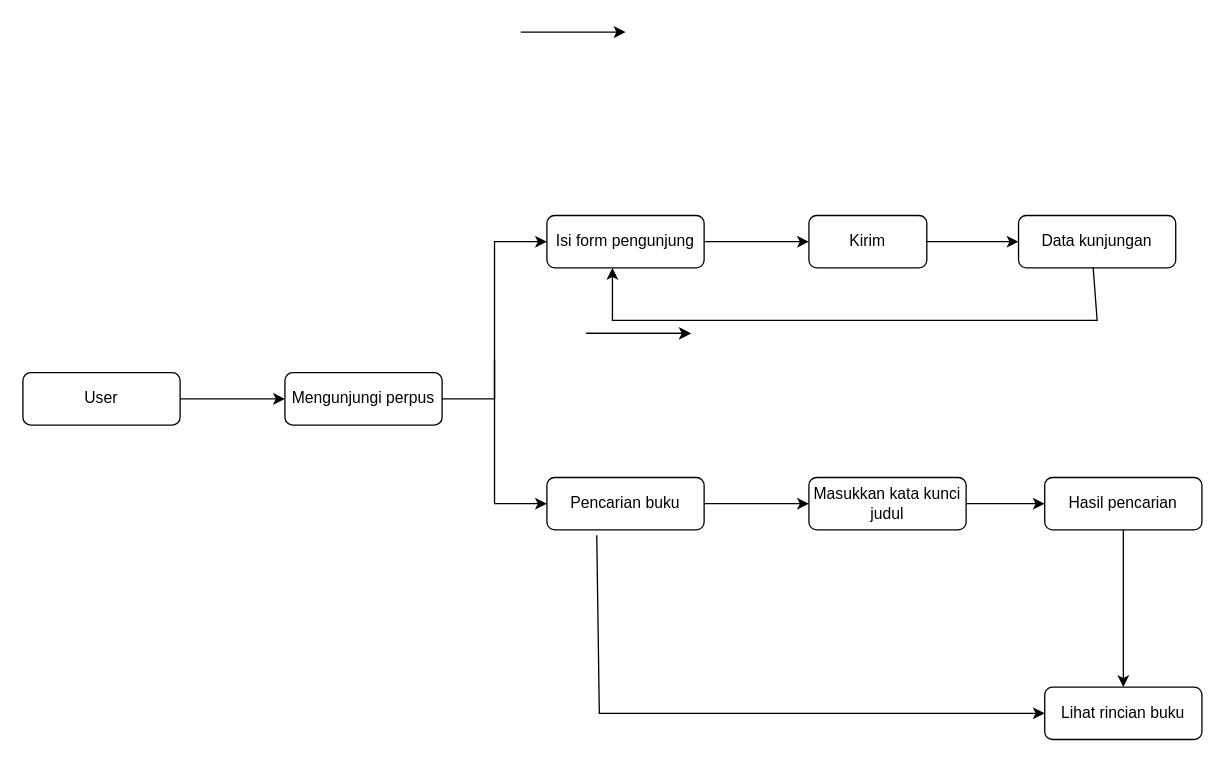
Earlier version of the draw.io diagram Untitled Diagram.drawio (vazkya/Web). Source tidied: cells renumbered, new cells numbered last; positions are measured from the earlier drawing's top-left corner, leaving out a move shared by most shapes. Both pictures are drawn from the tidied source at 131%, with x=0, y=0 at pixel (22, 31).
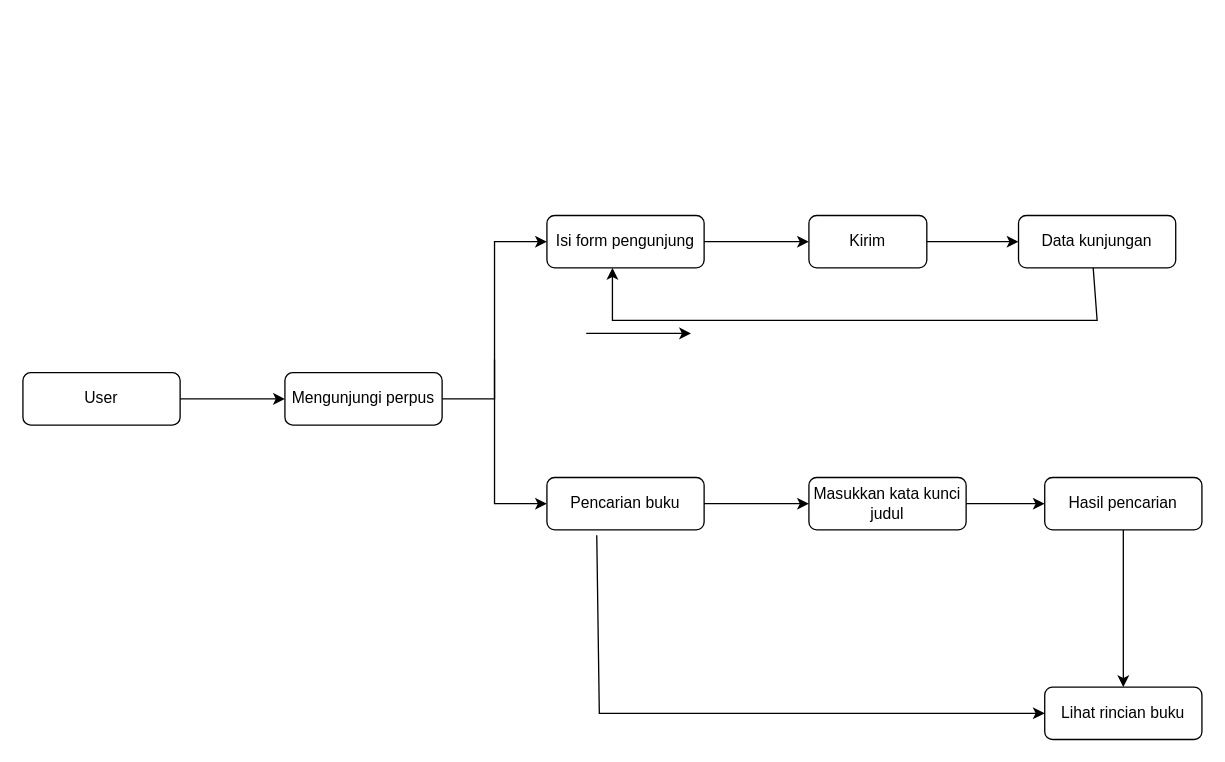
The same diagram, later.

What changed in the source:
```diff
@@
-    <mxCell id="20" style="endArrow=classic;html=1;rounded=0;" parent="1" edge="1">
-      <mxGeometry relative="1" as="geometry">
-        <mxPoint x="380" as="sourcePoint" />
-        <mxPoint x="460" as="targetPoint" />
-        <Array as="points">
-          <mxPoint x="420" />
-        </Array>
-      </mxGeometry>
-    </mxCell>
@@
-    <mxCell id="23" style="endArrow=classic;html=1;rounded=0;" parent="1" edge="1">
-      <mxGeometry relative="1" as="geometry">
-        <mxPoint x="430" y="230" as="sourcePoint" />
-        <mxPoint x="510" y="230" as="targetPoint" />
-        <Array as="points">
-          <mxPoint x="470" y="230" />
-        </Array>
-      </mxGeometry>
-    </mxCell>
```
